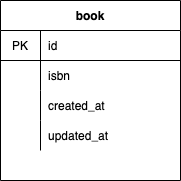
Before: document/db/book.drawio.png, a diagram exported from draw.io (Reimei1213/ShareReport). Source tidied: cells renumbered, new cells last; positions are measured from the earlier drawing's top-left corner, leaving out a move shared by most shapes. The source it was exported from:
```xml
<mxGraphModel>
  <root>
    <mxCell id="0" />
    <mxCell id="1" parent="0" />
    <mxCell id="2" value="book" style="shape=table;startSize=30;rowLines=0;fontStyle=1;align=center;" parent="1" vertex="1">
      <mxGeometry width="180" height="180" as="geometry" />
    </mxCell>
    <mxCell id="3" style="shape=partialRectangle;html=1;whiteSpace=wrap;fillColor=none;top=0;left=0;bottom=1;right=0;" parent="2" vertex="1">
      <mxGeometry y="30" width="180" height="30" as="geometry" />
    </mxCell>
    <mxCell id="4" value="PK" style="shape=partialRectangle;html=1;whiteSpace=wrap;fillColor=none;top=0;left=0;bottom=0;right=0;overflow=hidden;" parent="3" vertex="1">
      <mxGeometry width="40" height="30" as="geometry" />
    </mxCell>
    <mxCell id="5" value="id" style="shape=partialRectangle;html=1;whiteSpace=wrap;fillColor=none;top=0;left=0;bottom=0;right=0;align=left;spacingLeft=6;overflow=hidden;" parent="3" vertex="1">
      <mxGeometry x="40" width="140" height="30" as="geometry" />
    </mxCell>
    <mxCell id="6" style="shape=partialRectangle;html=1;whiteSpace=wrap;fillColor=none;top=0;left=0;bottom=0;right=0;" parent="2" vertex="1">
      <mxGeometry y="60" width="180" height="30" as="geometry" />
    </mxCell>
    <mxCell id="7" style="shape=partialRectangle;html=1;whiteSpace=wrap;fillColor=none;top=0;left=0;bottom=0;right=0;overflow=hidden;" parent="6" vertex="1">
      <mxGeometry width="40" height="30" as="geometry" />
    </mxCell>
    <mxCell id="8" value="isbn" style="shape=partialRectangle;html=1;whiteSpace=wrap;fillColor=none;top=0;left=0;bottom=0;right=0;align=left;spacingLeft=6;overflow=hidden;" parent="6" vertex="1">
      <mxGeometry x="40" width="140" height="30" as="geometry" />
    </mxCell>
    <mxCell id="9" style="shape=partialRectangle;html=1;whiteSpace=wrap;fillColor=none;top=0;left=0;bottom=0;right=0;" parent="2" vertex="1">
      <mxGeometry y="90" width="180" height="30" as="geometry" />
    </mxCell>
    <mxCell id="10" style="shape=partialRectangle;html=1;whiteSpace=wrap;fillColor=none;top=0;left=0;bottom=0;right=0;overflow=hidden;" parent="9" vertex="1">
      <mxGeometry width="40" height="30" as="geometry" />
    </mxCell>
    <mxCell id="11" value="created_at" style="shape=partialRectangle;html=1;whiteSpace=wrap;fillColor=none;top=0;left=0;bottom=0;right=0;align=left;spacingLeft=6;overflow=hidden;" parent="9" vertex="1">
      <mxGeometry x="40" width="140" height="30" as="geometry" />
    </mxCell>
    <mxCell id="12" style="shape=partialRectangle;html=1;whiteSpace=wrap;fillColor=none;top=0;left=0;bottom=0;right=0;" parent="2" vertex="1">
      <mxGeometry y="120" width="180" height="30" as="geometry" />
    </mxCell>
    <mxCell id="13" style="shape=partialRectangle;html=1;whiteSpace=wrap;fillColor=none;top=0;left=0;bottom=0;right=0;overflow=hidden;" parent="12" vertex="1">
      <mxGeometry width="40" height="30" as="geometry" />
    </mxCell>
    <mxCell id="14" value="updated_at" style="shape=partialRectangle;html=1;whiteSpace=wrap;fillColor=none;top=0;left=0;bottom=0;right=0;align=left;spacingLeft=6;overflow=hidden;" parent="12" vertex="1">
      <mxGeometry x="40" width="140" height="30" as="geometry" />
    </mxCell>
  </root>
</mxGraphModel>
```
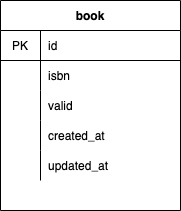
Above is the later version.

Change to the diagram source:
```diff
@@ -3,7 +3,7 @@
     <mxCell id="0" />
     <mxCell id="1" parent="0" />
     <mxCell id="2" value="book" style="shape=table;startSize=30;rowLines=0;fontStyle=1;align=center;" parent="1" vertex="1">
-      <mxGeometry width="180" height="180" as="geometry" />
+      <mxGeometry width="180" height="210" as="geometry" />
     </mxCell>
     <mxCell id="3" style="shape=partialRectangle;html=1;whiteSpace=wrap;fillColor=none;top=0;left=0;bottom=1;right=0;" parent="2" vertex="1">
       <mxGeometry y="30" width="180" height="30" as="geometry" />
@@ -23,8 +23,17 @@
     <mxCell id="8" value="isbn" style="shape=partialRectangle;html=1;whiteSpace=wrap;fillColor=none;top=0;left=0;bottom=0;right=0;align=left;spacingLeft=6;overflow=hidden;" parent="6" vertex="1">
       <mxGeometry x="40" width="140" height="30" as="geometry" />
     </mxCell>
+    <mxCell id="15" style="shape=partialRectangle;html=1;whiteSpace=wrap;fillColor=none;top=0;left=0;bottom=0;right=0;" parent="2" vertex="1">
+      <mxGeometry y="90" width="180" height="30" as="geometry" />
+    </mxCell>
+    <mxCell id="16" style="shape=partialRectangle;html=1;whiteSpace=wrap;fillColor=none;top=0;left=0;bottom=0;right=0;overflow=hidden;" parent="15" vertex="1">
+      <mxGeometry width="40" height="30" as="geometry" />
+    </mxCell>
+    <mxCell id="17" value="valid" style="shape=partialRectangle;html=1;whiteSpace=wrap;fillColor=none;top=0;left=0;bottom=0;right=0;align=left;spacingLeft=6;overflow=hidden;" parent="15" vertex="1">
+      <mxGeometry x="40" width="140" height="30" as="geometry" />
+    </mxCell>
     <mxCell id="9" style="shape=partialRectangle;html=1;whiteSpace=wrap;fillColor=none;top=0;left=0;bottom=0;right=0;" parent="2" vertex="1">
-      <mxGeometry y="90" width="180" height="30" as="geometry" />
+      <mxGeometry y="120" width="180" height="30" as="geometry" />
     </mxCell>
     <mxCell id="10" style="shape=partialRectangle;html=1;whiteSpace=wrap;fillColor=none;top=0;left=0;bottom=0;right=0;overflow=hidden;" parent="9" vertex="1">
       <mxGeometry width="40" height="30" as="geometry" />
@@ -33,7 +42,7 @@
       <mxGeometry x="40" width="140" height="30" as="geometry" />
     </mxCell>
     <mxCell id="12" style="shape=partialRectangle;html=1;whiteSpace=wrap;fillColor=none;top=0;left=0;bottom=0;right=0;" parent="2" vertex="1">
-      <mxGeometry y="120" width="180" height="30" as="geometry" />
+      <mxGeometry y="150" width="180" height="30" as="geometry" />
     </mxCell>
     <mxCell id="13" style="shape=partialRectangle;html=1;whiteSpace=wrap;fillColor=none;top=0;left=0;bottom=0;right=0;overflow=hidden;" parent="12" vertex="1">
       <mxGeometry width="40" height="30" as="geometry" />
```
